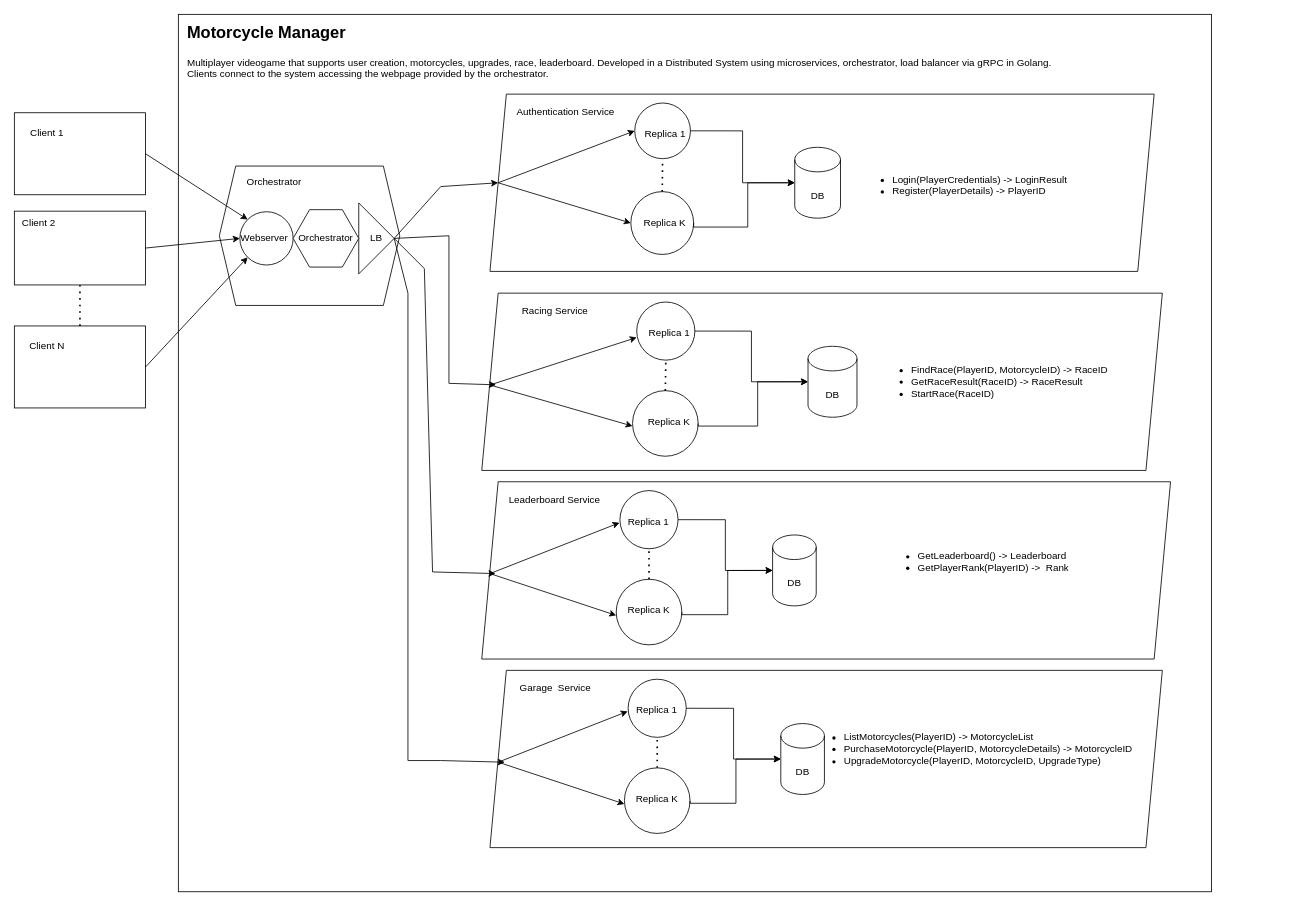
Before: architecture.drawio in LBartolini/ProgettoDP, a draw.io diagram. Source tidied: cells renumbered, new cells numbered last; positions are measured from the earlier drawing's top-left corner, leaving out a move shared by most shapes. Both pictures are drawn from the tidied source at 82%, with x=0, y=0 at pixel (14, 14).
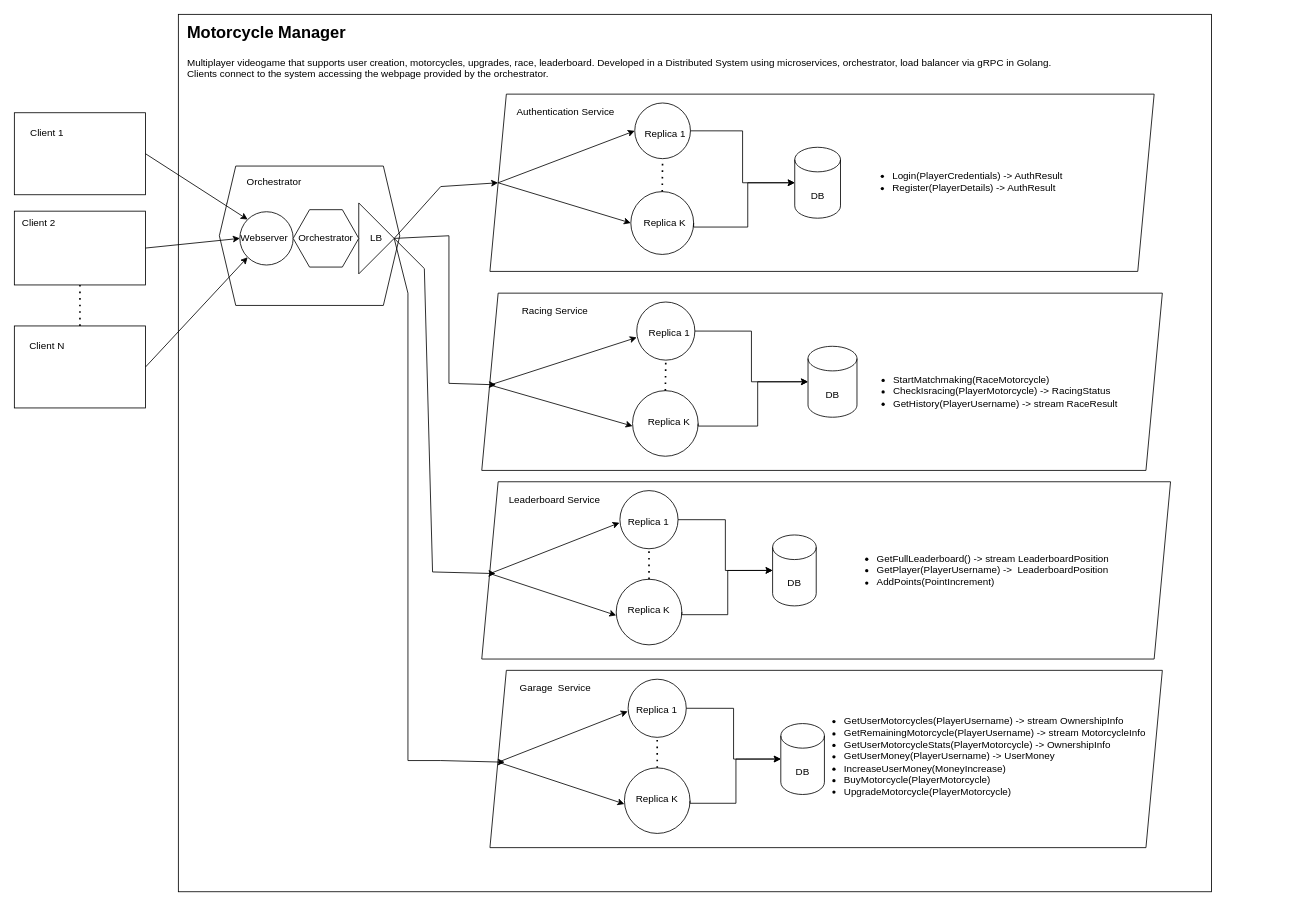
The same diagram, later.

Unchanged cells that the change refers to:
```xml
<mxCell id="2" style="group;" parent="1" vertex="1">
  <mxGeometry x="200" width="1350" height="1070" as="geometry" />
</mxCell>
<mxCell id="5" style="group;" parent="2" vertex="1">
  <mxGeometry x="380" y="97.3" width="810" height="216.2" as="geometry" />
</mxCell>
<mxCell id="23" style="group;" parent="2" vertex="1">
  <mxGeometry x="370" y="340" width="830" height="216.2" as="geometry" />
</mxCell>
```

Change to the diagram source:
```diff
@@
-    <mxCell id="22" value="&lt;ul&gt;&lt;li&gt;Login(PlayerCredentials) -&amp;gt; LoginResult&lt;br&gt;&lt;/li&gt;&lt;li&gt;Register(PlayerDetails) -&amp;gt; PlayerID&lt;/li&gt;&lt;/ul&gt;" style="text;strokeColor=none;fillColor=none;html=1;whiteSpace=wrap;verticalAlign=middle;overflow=hidden;" parent="5" vertex="1">
-      <mxGeometry x="448.8" y="83.1" width="317.4" height="50" as="geometry" />
+    <mxCell id="22" value="&lt;ul&gt;&lt;li&gt;Login(PlayerCredentials) -&amp;gt; AuthResult&lt;br&gt;&lt;/li&gt;&lt;li&gt;Register(PlayerDetails) -&amp;gt; AuthResult&lt;/li&gt;&lt;/ul&gt;" style="text;strokeColor=none;fillColor=none;html=1;whiteSpace=wrap;verticalAlign=middle;overflow=hidden;" parent="5" vertex="1">
+      <mxGeometry x="448.8" y="72.7" width="317.4" height="67.3" as="geometry" />
     </mxCell>
@@
-    <mxCell id="38" value="&lt;ul&gt;&lt;li&gt;FindRace(PlayerID, MotorcycleID) -&amp;gt; RaceID&lt;br&gt;&lt;/li&gt;&lt;li&gt;GetRaceResult(RaceID) -&amp;gt; RaceResult&lt;/li&gt;&lt;li&gt;StartRace(RaceID)&lt;br&gt;&lt;/li&gt;&lt;/ul&gt;" style="text;strokeColor=none;fillColor=none;html=1;whiteSpace=wrap;verticalAlign=middle;overflow=hidden;" parent="23" vertex="1">
-      <mxGeometry x="482.3" y="72.5" width="325.3" height="71.1" as="geometry" />
+    <mxCell id="38" value="&lt;ul&gt;&lt;li&gt;StartMatchmaking(RaceMotorcycle)&lt;br&gt;&lt;/li&gt;&lt;li&gt;CheckIsracing(PlayerMotorcycle) -&amp;gt; RacingStatus&lt;/li&gt;&lt;li&gt;GetHistory(PlayerUsername) -&amp;gt; stream RaceResult&lt;br&gt;&lt;/li&gt;&lt;/ul&gt;" style="text;strokeColor=none;fillColor=none;html=1;whiteSpace=wrap;verticalAlign=middle;overflow=hidden;" parent="23" vertex="1">
+      <mxGeometry x="460" y="30" width="347.6" height="180" as="geometry" />
     </mxCell>
@@
-    <mxCell id="67" value="&lt;ul&gt;&lt;li&gt;GetLeaderboard() -&amp;gt; Leaderboard&lt;/li&gt;&lt;li&gt;GetPlayerRank(PlayerID) -&amp;gt;&amp;nbsp; Rank&lt;br&gt;&lt;/li&gt;&lt;/ul&gt;" style="text;strokeColor=none;fillColor=none;html=1;whiteSpace=wrap;verticalAlign=middle;overflow=hidden;" parent="2" vertex="1">
-      <mxGeometry x="860" y="638.9" width="290" height="50" as="geometry" />
+    <mxCell id="67" value="&lt;ul&gt;&lt;li&gt;GetFullLeaderboard() -&amp;gt; stream LeaderboardPosition&lt;/li&gt;&lt;li&gt;GetPlayer(PlayerUsername) -&amp;gt;&amp;nbsp; LeaderboardPosition&lt;br&gt;&lt;/li&gt;&lt;li&gt;AddPoints(PointIncrement)&lt;/li&gt;&lt;/ul&gt;" style="text;strokeColor=none;fillColor=none;html=1;whiteSpace=wrap;verticalAlign=middle;overflow=hidden;" parent="2" vertex="1">
+      <mxGeometry x="810" y="617.5" width="390" height="121.1" as="geometry" />
     </mxCell>
-    <mxCell id="68" value="&lt;ul&gt;&lt;li&gt;ListMotorcycles(PlayerID) -&amp;gt; MotorcycleList&lt;br&gt;&lt;/li&gt;&lt;li&gt;PurchaseMotorcycle(PlayerID, MotorcycleDetails) -&amp;gt; MotorcycleID&lt;/li&gt;&lt;li&gt;UpgradeMotorcycle(PlayerID, MotorcycleID, UpgradeType)&lt;br&gt;&lt;/li&gt;&lt;/ul&gt;" style="text;strokeColor=none;fillColor=none;html=1;whiteSpace=wrap;verticalAlign=middle;overflow=hidden;" parent="2" vertex="1">
-      <mxGeometry x="770" y="843.2" width="410" height="105.2" as="geometry" />
+    <mxCell id="68" value="&lt;ul&gt;&lt;li&gt;GetUserMotorcycles(PlayerUsername) -&amp;gt; stream OwnershipInfo&lt;br&gt;&lt;/li&gt;&lt;li&gt;GetRemainingMotorcycle(PlayerUsername) -&amp;gt; stream MotorcycleInfo&lt;/li&gt;&lt;li&gt;GetUserMotorcycleStats(PlayerMotorcycle) -&amp;gt; OwnershipInfo&lt;br&gt;&lt;/li&gt;&lt;li&gt;GetUserMoney(PlayerUsername) -&amp;gt; UserMoney&lt;/li&gt;&lt;li&gt;IncreaseUserMoney(MoneyIncrease)&lt;/li&gt;&lt;li&gt;BuyMotorcycle(PlayerMotorcycle)&lt;/li&gt;&lt;li&gt;UpgradeMotorcycle(PlayerMotorcycle)&lt;/li&gt;&lt;/ul&gt;" style="text;strokeColor=none;fillColor=none;html=1;whiteSpace=wrap;verticalAlign=middle;overflow=hidden;" parent="2" vertex="1">
+      <mxGeometry x="770" y="810" width="410" height="190" as="geometry" />
     </mxCell>
```
